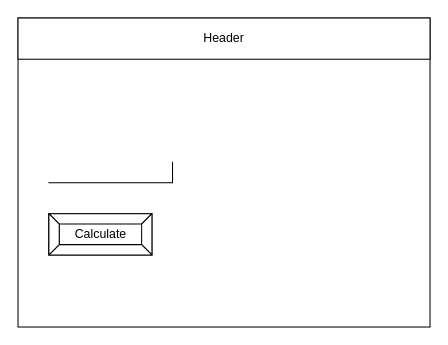
This is design/story-board.drawio from sam-corbett/ICS2O-Unit6-02-JS, a draw.io file, before an edit. Source tidied: cells renumbered, new cells numbered last; positions are measured from the earlier drawing's top-left corner, leaving out a move shared by most shapes. Both pictures are drawn from the tidied source at 103%, with x=0, y=0 at pixel (18, 18).
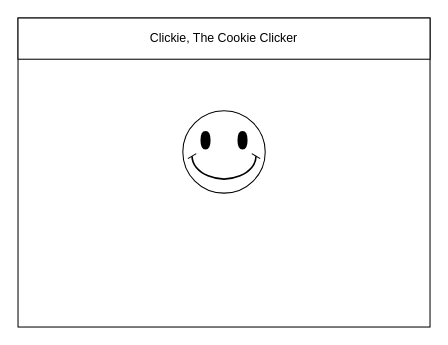
The same page after the edit.

Commit message:
storyboard in progress

The edit, as a diff of the source:
```diff
@@
 <mxGraphModel>
   <root>
     <mxCell id="0" />
     <mxCell id="1" parent="0" />
     <mxCell id="2" style="rounded=0;whiteSpace=wrap;html=1;" parent="1" vertex="1">
       <mxGeometry width="400" height="300" as="geometry" />
     </mxCell>
-    <mxCell id="3" value="Header" style="rounded=0;whiteSpace=wrap;html=1;" parent="1" vertex="1">
+    <mxCell id="3" value="Clickie, The Cookie Clicker" style="rounded=0;whiteSpace=wrap;html=1;" parent="1" vertex="1">
       <mxGeometry width="400" height="40" as="geometry" />
     </mxCell>
-    <mxCell id="4" style="shape=partialRectangle;whiteSpace=wrap;html=1;top=0;left=0;fillColor=none;" parent="1" vertex="1">
-      <mxGeometry x="30" y="140" width="120" height="20" as="geometry" />
-    </mxCell>
-    <mxCell id="5" value="Calculate" style="labelPosition=center;verticalLabelPosition=middle;align=center;html=1;shape=mxgraph.basic.button;dx=10;" parent="1" vertex="1">
-      <mxGeometry x="30" y="190" width="100" height="40" as="geometry" />
-    </mxCell>
+    <mxCell id="6" style="verticalLabelPosition=bottom;verticalAlign=top;html=1;shape=mxgraph.basic.smiley;fillColor=#FFFFFF;" parent="1" vertex="1">
+      <mxGeometry x="160" y="90" width="80" height="80" as="geometry" />
+    </mxCell>
   </root>
 </mxGraphModel>
```
